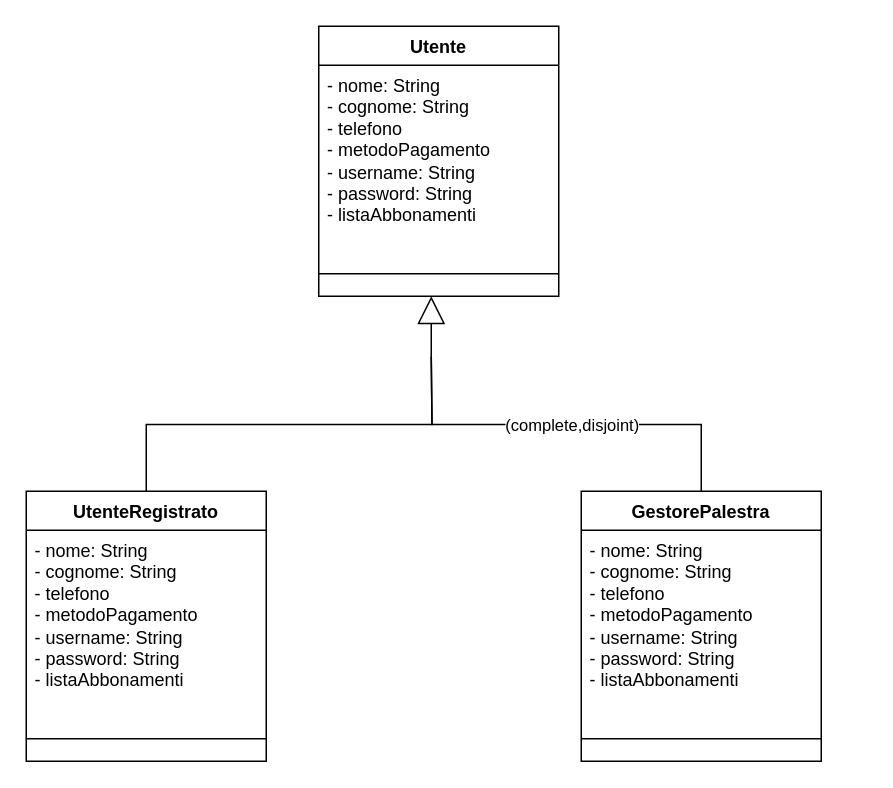
This is Diagrammi_UML/Utente.drawio from JosephBoom02/Progetto_Ingegneria_del_Software, a draw.io file, before an edit. Source tidied: cells renumbered, new cells numbered last; positions are measured from the earlier drawing's top-left corner, leaving out a move shared by most shapes. Both pictures are drawn from the tidied source at 150%, with x=0, y=0 at pixel (26, 26).
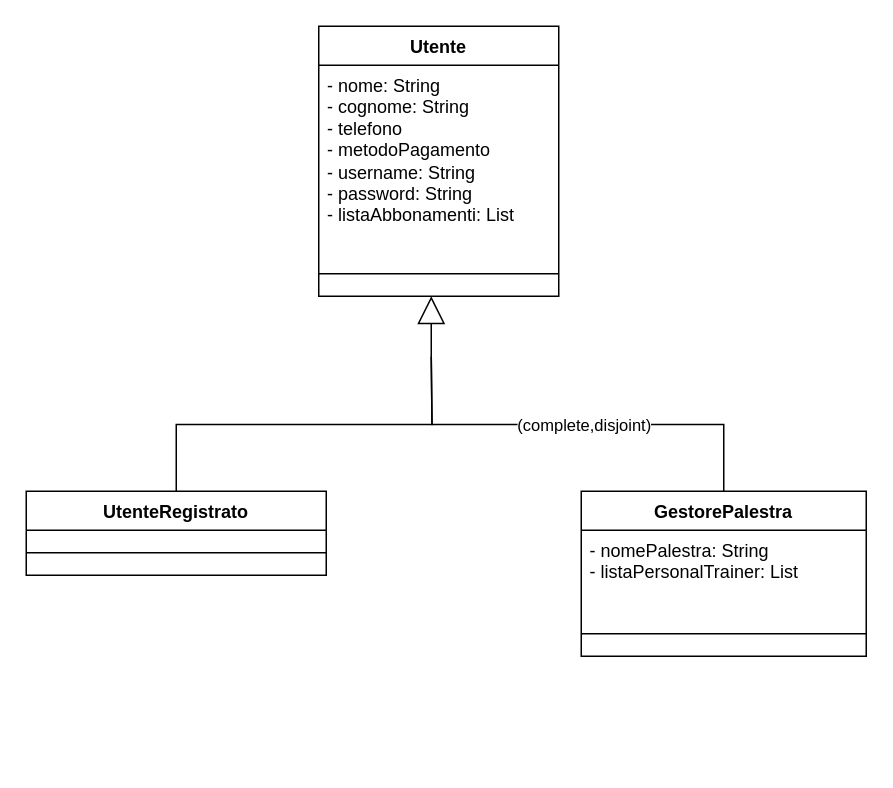
Above is the later version.

The edit, as a diff of the source:
```diff
@@
 <mxGraphModel>
   <root>
     <mxCell id="0" />
     <mxCell id="1" parent="0" />
     <mxCell id="2" value="Utente" style="swimlane;fontStyle=1;align=center;verticalAlign=top;horizontal=1;startSize=26;whiteSpace=wrap;html=1;" parent="1" vertex="1">
       <mxGeometry x="195" width="160" height="180" as="geometry" />
     </mxCell>
-    <mxCell id="3" value="- nome: String&lt;br&gt;&lt;div&gt;- cognome: String&lt;/div&gt;&lt;div&gt;- telefono&lt;/div&gt;&lt;div&gt;- metodoPagamento&lt;/div&gt;&lt;div&gt;- username: String&lt;/div&gt;&lt;div&gt;- password: String&lt;/div&gt;&lt;div&gt;- listaAbbonamenti&lt;br&gt;&lt;/div&gt;&lt;div&gt;&lt;br&gt; &lt;/div&gt;" style="text;strokeColor=none;fillColor=none;align=left;verticalAlign=top;spacingLeft=4;spacingRight=4;overflow=hidden;whiteSpace=wrap;html=1;" parent="2" vertex="1">
+    <mxCell id="3" value="- nome: String&lt;br&gt;&lt;div&gt;- cognome: String&lt;/div&gt;&lt;div&gt;- telefono&lt;/div&gt;&lt;div&gt;- metodoPagamento&lt;/div&gt;&lt;div&gt;- username: String&lt;/div&gt;&lt;div&gt;- password: String&lt;/div&gt;&lt;div&gt;- listaAbbonamenti: List&lt;br&gt;&lt;/div&gt;&lt;div&gt;&lt;br&gt; &lt;/div&gt;" style="text;strokeColor=none;fillColor=none;align=left;verticalAlign=top;spacingLeft=4;spacingRight=4;overflow=hidden;whiteSpace=wrap;html=1;" parent="2" vertex="1">
       <mxGeometry y="26" width="160" height="124" as="geometry" />
     </mxCell>
     <mxCell id="4" style="line;strokeWidth=1;fillColor=none;align=left;verticalAlign=middle;spacingTop=-1;spacingLeft=3;spacingRight=3;labelPosition=right;strokeColor=inherit;" parent="2" vertex="1">
       <mxGeometry y="150" width="160" height="30" as="geometry" />
     </mxCell>
     <mxCell id="5" value="UtenteRegistrato" style="swimlane;fontStyle=1;align=center;verticalAlign=top;horizontal=1;startSize=26;whiteSpace=wrap;html=1;" parent="1" vertex="1">
-      <mxGeometry y="310" width="160" height="180" as="geometry" />
+      <mxGeometry y="310" width="200" height="56" as="geometry" />
     </mxCell>
-    <mxCell id="6" value="- nome: String&lt;br&gt;&lt;div&gt;- cognome: String&lt;/div&gt;&lt;div&gt;- telefono&lt;/div&gt;&lt;div&gt;- metodoPagamento&lt;/div&gt;&lt;div&gt;- username: String&lt;/div&gt;&lt;div&gt;- password: String&lt;/div&gt;&lt;div&gt;- listaAbbonamenti&lt;br&gt;&lt;/div&gt;&lt;div&gt;&lt;br&gt; &lt;/div&gt;" style="text;strokeColor=none;fillColor=none;align=left;verticalAlign=top;spacingLeft=4;spacingRight=4;overflow=hidden;whiteSpace=wrap;html=1;" parent="5" vertex="1">
-      <mxGeometry y="26" width="160" height="124" as="geometry" />
-    </mxCell>
     <mxCell id="7" style="line;strokeWidth=1;fillColor=none;align=left;verticalAlign=middle;spacingTop=-1;spacingLeft=3;spacingRight=3;labelPosition=right;strokeColor=inherit;" parent="5" vertex="1">
-      <mxGeometry y="150" width="160" height="30" as="geometry" />
+      <mxGeometry y="26" width="200" height="30" as="geometry" />
     </mxCell>
     <mxCell id="8" value="GestorePalestra" style="swimlane;fontStyle=1;align=center;verticalAlign=top;horizontal=1;startSize=26;whiteSpace=wrap;html=1;" parent="1" vertex="1">
-      <mxGeometry x="370" y="310" width="160" height="180" as="geometry" />
+      <mxGeometry x="370" y="310" width="190" height="110" as="geometry" />
     </mxCell>
-    <mxCell id="9" value="- nome: String&lt;br&gt;&lt;div&gt;- cognome: String&lt;/div&gt;&lt;div&gt;- telefono&lt;/div&gt;&lt;div&gt;- metodoPagamento&lt;/div&gt;&lt;div&gt;- username: String&lt;/div&gt;&lt;div&gt;- password: String&lt;/div&gt;&lt;div&gt;- listaAbbonamenti&lt;br&gt;&lt;/div&gt;&lt;div&gt;&lt;br&gt; &lt;/div&gt;" style="text;strokeColor=none;fillColor=none;align=left;verticalAlign=top;spacingLeft=4;spacingRight=4;overflow=hidden;whiteSpace=wrap;html=1;" parent="8" vertex="1">
-      <mxGeometry y="26" width="160" height="124" as="geometry" />
+    <mxCell id="9" value="- nomePalestra: String&lt;br&gt;&lt;div&gt;- listaPersonalTrainer: List&lt;br&gt;&lt;/div&gt;&lt;div&gt;&lt;br&gt; &lt;/div&gt;" style="text;strokeColor=none;fillColor=none;align=left;verticalAlign=top;spacingLeft=4;spacingRight=4;overflow=hidden;whiteSpace=wrap;html=1;" parent="8" vertex="1">
+      <mxGeometry y="26" width="190" height="54" as="geometry" />
     </mxCell>
     <mxCell id="10" style="line;strokeWidth=1;fillColor=none;align=left;verticalAlign=middle;spacingTop=-1;spacingLeft=3;spacingRight=3;labelPosition=right;strokeColor=inherit;" parent="8" vertex="1">
-      <mxGeometry y="150" width="160" height="30" as="geometry" />
+      <mxGeometry y="80" width="190" height="30" as="geometry" />
     </mxCell>
     <mxCell id="11" style="endArrow=none;html=1;rounded=0;edgeStyle=orthogonalEdgeStyle;exitX=0.5;exitY=0;exitDx=0;exitDy=0;" parent="1" edge="1" source="5">
       <mxGeometry relative="1" as="geometry">
         <mxPoint x="270" y="220" as="targetPoint" />
       </mxGeometry>
     </mxCell>
     <mxCell id="12" style="endArrow=none;html=1;rounded=0;edgeStyle=orthogonalEdgeStyle;exitX=0.5;exitY=0;exitDx=0;exitDy=0;" parent="1" edge="1" source="8">
       <mxGeometry relative="1" as="geometry">
         <mxPoint x="270" y="220" as="targetPoint" />
       </mxGeometry>
     </mxCell>
     <mxCell id="13" value="(complete,disjoint)" style="edgeLabel;html=1;align=center;verticalAlign=middle;" parent="12" vertex="1">
       <mxGeometry x="-0.03" relative="1" as="geometry" />
     </mxCell>
     <mxCell id="14" style="endArrow=block;endSize=16;endFill=0;html=1;rounded=0;" parent="1" edge="1">
       <mxGeometry relative="1" as="geometry">
         <mxPoint x="270" y="220" as="sourcePoint" />
         <mxPoint x="270" y="180" as="targetPoint" />
       </mxGeometry>
     </mxCell>
   </root>
 </mxGraphModel>
```
